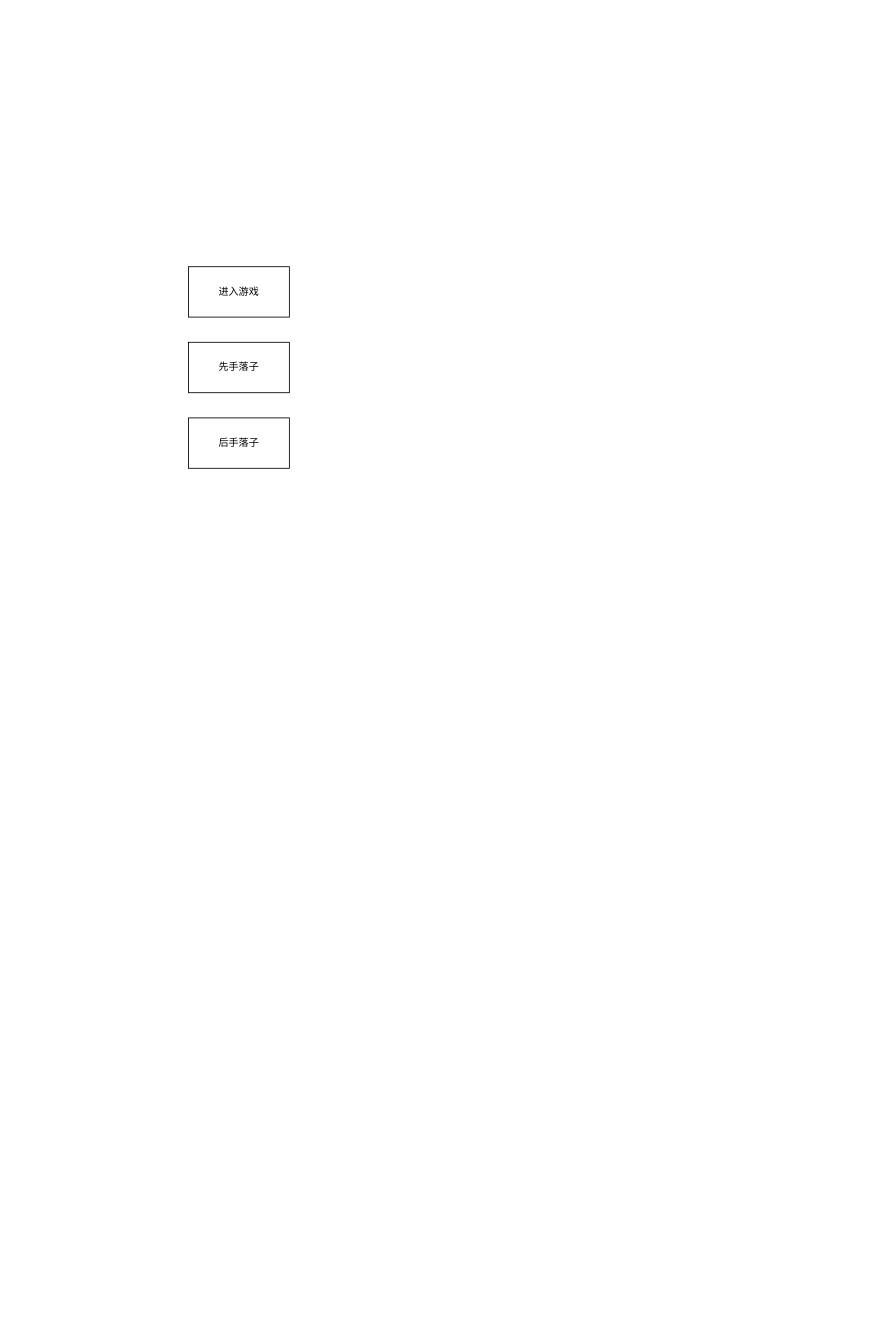
Before: 未命名绘图.drawio in wuyah/HUST-Algorithms-Assignment, a draw.io diagram. Source tidied: cells renumbered, new cells numbered last; positions are measured from the earlier drawing's top-left corner, leaving out a move shared by most shapes. Both pictures are drawn from the tidied source at 84%, with x=0, y=0 at pixel (188, 266).
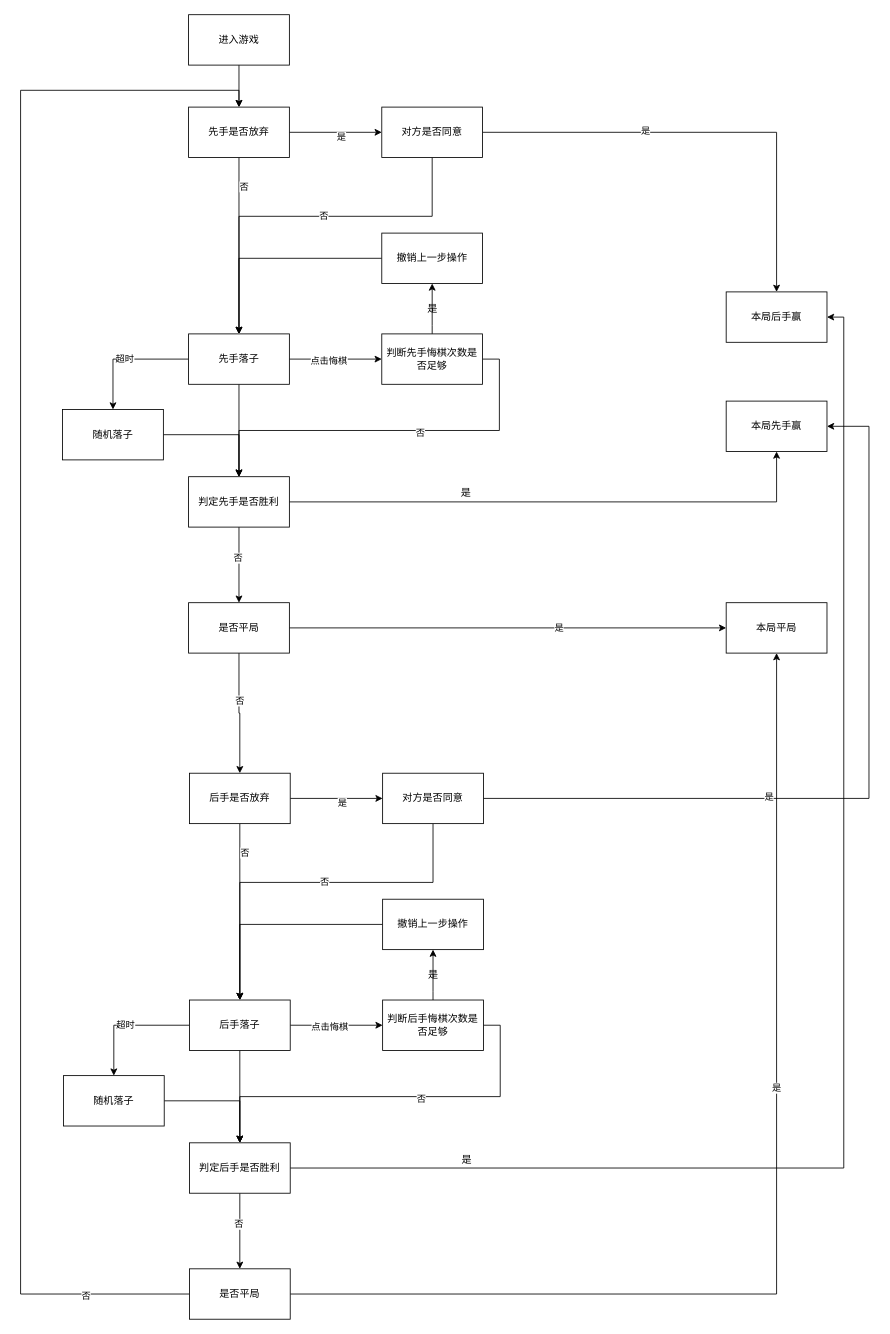
The same page after the edit.

What changed in the source:
```diff
@@
+    <mxCell id="5" style="edgeStyle=orthogonalEdgeStyle;rounded=0;jettySize=auto;html=1;entryX=0.5;entryY=0;entryDx=0;entryDy=0;" parent="1" edge="1" source="2" target="3">
+      <mxGeometry relative="1" as="geometry" />
+    </mxCell>
+    <mxCell id="6" value="否" style="edgeLabel;html=1;align=center;verticalAlign=middle;" parent="5" vertex="1">
+      <mxGeometry x="-0.68" y="5" relative="1" as="geometry" />
+    </mxCell>
+    <mxCell id="7" style="edgeStyle=orthogonalEdgeStyle;rounded=0;jettySize=auto;html=1;entryX=0;entryY=0.5;entryDx=0;entryDy=0;" parent="1" edge="1" source="2" target="33">
+      <mxGeometry relative="1" as="geometry" />
+    </mxCell>
+    <mxCell id="8" value="是" style="edgeLabel;html=1;align=center;verticalAlign=middle;" parent="7" vertex="1">
+      <mxGeometry x="0.1" y="-5" relative="1" as="geometry" />
+    </mxCell>
-    <mxCell id="2" value="进入游戏" style="rounded=0;whiteSpace=wrap;html=1;" parent="1" vertex="1">
-      <mxGeometry width="120" height="60" as="geometry" />
+    <mxCell id="2" value="先手是否放弃" style="rounded=0;whiteSpace=wrap;html=1;" parent="1" vertex="1">
+      <mxGeometry y="-190" width="120" height="60" as="geometry" />
     </mxCell>
+    <mxCell id="9" style="edgeStyle=orthogonalEdgeStyle;rounded=0;jettySize=auto;html=1;entryX=0;entryY=0.5;entryDx=0;entryDy=0;" parent="1" edge="1" source="3" target="21">
+      <mxGeometry relative="1" as="geometry" />
+    </mxCell>
+    <mxCell id="10" value="点击悔棋" style="edgeLabel;html=1;align=center;verticalAlign=middle;" parent="9" vertex="1">
+      <mxGeometry x="-0.17" y="-1" relative="1" as="geometry" />
+    </mxCell>
+    <mxCell id="11" style="edgeStyle=orthogonalEdgeStyle;rounded=0;jettySize=auto;html=1;" parent="1" edge="1" source="3" target="17">
+      <mxGeometry relative="1" as="geometry" />
+    </mxCell>
+    <mxCell id="12" style="edgeStyle=orthogonalEdgeStyle;rounded=0;jettySize=auto;html=1;" parent="1" edge="1" source="3" target="26">
+      <mxGeometry relative="1" as="geometry" />
+    </mxCell>
+    <mxCell id="13" value="超时" style="edgeLabel;html=1;align=center;verticalAlign=middle;" parent="12" vertex="1">
+      <mxGeometry x="0.03" y="-1" relative="1" as="geometry" />
+    </mxCell>
     <mxCell id="3" value="先手落子" style="rounded=0;whiteSpace=wrap;html=1;" parent="1" vertex="1">
-      <mxGeometry y="90" width="120" height="60" as="geometry" />
+      <mxGeometry y="80" width="120" height="60" as="geometry" />
     </mxCell>
+    <mxCell id="14" style="edgeStyle=orthogonalEdgeStyle;rounded=0;jettySize=auto;html=1;entryX=0.5;entryY=1;entryDx=0;entryDy=0;" parent="1" edge="1" source="17" target="35">
+      <mxGeometry relative="1" as="geometry" />
+    </mxCell>
+    <mxCell id="15" style="edgeStyle=orthogonalEdgeStyle;rounded=0;jettySize=auto;html=1;exitX=0.5;exitY=1;exitDx=0;exitDy=0;entryX=0.5;entryY=0;entryDx=0;entryDy=0;" parent="1" edge="1" source="17" target="41">
+      <mxGeometry relative="1" as="geometry">
+        <Array as="points">
+          <mxPoint x="60" y="350" />
+          <mxPoint x="60" y="350" />
+        </Array>
+      </mxGeometry>
+    </mxCell>
+    <mxCell id="16" value="否" style="edgeLabel;html=1;align=center;verticalAlign=middle;" parent="15" vertex="1">
+      <mxGeometry x="-0.2" y="-2" relative="1" as="geometry" />
+    </mxCell>
+    <mxCell id="17" value="判定先手是否胜利" style="rounded=0;whiteSpace=wrap;html=1;" parent="1" vertex="1">
+      <mxGeometry y="250" width="120" height="60" as="geometry" />
+    </mxCell>
+    <mxCell id="18" style="edgeStyle=orthogonalEdgeStyle;rounded=0;jettySize=auto;html=1;entryX=0.5;entryY=1;entryDx=0;entryDy=0;" parent="1" edge="1" source="21" target="23">
+      <mxGeometry relative="1" as="geometry">
+        <Array as="points">
+          <mxPoint x="290" y="70" />
+          <mxPoint x="290" y="70" />
+        </Array>
+      </mxGeometry>
+    </mxCell>
+    <mxCell id="19" style="edgeStyle=orthogonalEdgeStyle;rounded=0;jettySize=auto;html=1;entryX=0.5;entryY=0;entryDx=0;entryDy=0;exitX=1;exitY=0.5;exitDx=0;exitDy=0;" parent="1" edge="1" source="21" target="17">
+      <mxGeometry relative="1" as="geometry" />
+    </mxCell>
+    <mxCell id="20" value="否" style="edgeLabel;html=1;align=center;verticalAlign=middle;" parent="19" vertex="1">
+      <mxGeometry x="-0.15" y="2" relative="1" as="geometry" />
+    </mxCell>
+    <mxCell id="21" value="判断先手悔棋次数是否足够" style="rounded=0;whiteSpace=wrap;html=1;" parent="1" vertex="1">
+      <mxGeometry x="230" y="80" width="120" height="60" as="geometry" />
+    </mxCell>
+    <mxCell id="22" style="edgeStyle=orthogonalEdgeStyle;rounded=0;jettySize=auto;html=1;entryX=0.5;entryY=0;entryDx=0;entryDy=0;" parent="1" edge="1" source="23" target="3">
+      <mxGeometry relative="1" as="geometry" />
+    </mxCell>
+    <mxCell id="23" value="撤销上一步操作" style="rounded=0;whiteSpace=wrap;html=1;" parent="1" vertex="1">
+      <mxGeometry x="230" y="-40" width="120" height="60" as="geometry" />
+    </mxCell>
+    <mxCell id="24" value="是" style="text;html=1;align=center;verticalAlign=middle;strokeColor=none;fillColor=none;" parent="1" vertex="1">
+      <mxGeometry x="270" y="35" width="40" height="30" as="geometry" />
+    </mxCell>
+    <mxCell id="25" style="edgeStyle=orthogonalEdgeStyle;rounded=0;jettySize=auto;html=1;" parent="1" edge="1" source="26" target="17">
+      <mxGeometry relative="1" as="geometry" />
+    </mxCell>
+    <mxCell id="26" value="随机落子" style="rounded=0;whiteSpace=wrap;html=1;" parent="1" vertex="1">
+      <mxGeometry x="-150" y="170" width="120" height="60" as="geometry" />
+    </mxCell>
+    <mxCell id="27" style="edgeStyle=orthogonalEdgeStyle;rounded=0;jettySize=auto;html=1;" parent="1" edge="1" source="28" target="2">
+      <mxGeometry relative="1" as="geometry" />
+    </mxCell>
+    <mxCell id="28" value="进入游戏" style="rounded=0;whiteSpace=wrap;html=1;" parent="1" vertex="1">
+      <mxGeometry y="-300" width="120" height="60" as="geometry" />
+    </mxCell>
+    <mxCell id="29" style="edgeStyle=orthogonalEdgeStyle;rounded=0;jettySize=auto;html=1;entryX=0.5;entryY=0;entryDx=0;entryDy=0;" parent="1" edge="1" source="33" target="3">
+      <mxGeometry relative="1" as="geometry">
+        <Array as="points">
+          <mxPoint x="290" y="-60" />
+          <mxPoint x="60" y="-60" />
+        </Array>
+      </mxGeometry>
+    </mxCell>
+    <mxCell id="30" value="否" style="edgeLabel;html=1;align=center;verticalAlign=middle;" parent="29" vertex="1">
+      <mxGeometry x="-0.09" y="-1" relative="1" as="geometry" />
+    </mxCell>
+    <mxCell id="31" style="edgeStyle=orthogonalEdgeStyle;rounded=0;jettySize=auto;html=1;entryX=0.5;entryY=0;entryDx=0;entryDy=0;" parent="1" edge="1" source="33" target="34">
+      <mxGeometry relative="1" as="geometry" />
+    </mxCell>
+    <mxCell id="32" value="是" style="edgeLabel;html=1;align=center;verticalAlign=middle;" parent="31" vertex="1">
+      <mxGeometry x="-0.29" y="3" relative="1" as="geometry">
+        <mxPoint x="1" as="offset" />
+      </mxGeometry>
+    </mxCell>
+    <mxCell id="33" value="对方是否同意" style="rounded=0;whiteSpace=wrap;html=1;" parent="1" vertex="1">
+      <mxGeometry x="230" y="-190" width="120" height="60" as="geometry" />
+    </mxCell>
+    <mxCell id="34" value="本局后手赢" style="rounded=0;whiteSpace=wrap;html=1;" parent="1" vertex="1">
+      <mxGeometry x="640" y="30" width="120" height="60" as="geometry" />
+    </mxCell>
+    <mxCell id="35" value="本局先手赢" style="rounded=0;whiteSpace=wrap;html=1;" parent="1" vertex="1">
+      <mxGeometry x="640" y="160" width="120" height="60" as="geometry" />
+    </mxCell>
+    <mxCell id="36" value="是" style="text;html=1;align=center;verticalAlign=middle;strokeColor=none;fillColor=none;" parent="1" vertex="1">
+      <mxGeometry x="310" y="255" width="40" height="30" as="geometry" />
+    </mxCell>
+    <mxCell id="37" style="edgeStyle=orthogonalEdgeStyle;rounded=0;jettySize=auto;html=1;entryX=0;entryY=0.5;entryDx=0;entryDy=0;" parent="1" edge="1" source="41" target="42">
+      <mxGeometry relative="1" as="geometry" />
+    </mxCell>
+    <mxCell id="38" value="是" style="edgeLabel;html=1;align=center;verticalAlign=middle;" parent="37" vertex="1">
+      <mxGeometry x="0.23" y="1" relative="1" as="geometry" />
+    </mxCell>
+    <mxCell id="39" style="edgeStyle=orthogonalEdgeStyle;rounded=0;jettySize=auto;html=1;entryX=0.5;entryY=0;entryDx=0;entryDy=0;" parent="1" edge="1" source="41" target="47">
+      <mxGeometry relative="1" as="geometry" />
+    </mxCell>
+    <mxCell id="40" value="否" style="edgeLabel;html=1;align=center;verticalAlign=middle;" parent="39" vertex="1">
+      <mxGeometry x="-0.22" relative="1" as="geometry" />
+    </mxCell>
+    <mxCell id="41" value="是否平局" style="rounded=0;whiteSpace=wrap;html=1;" parent="1" vertex="1">
+      <mxGeometry y="400" width="120" height="60" as="geometry" />
+    </mxCell>
+    <mxCell id="42" value="本局平局" style="rounded=0;whiteSpace=wrap;html=1;" parent="1" vertex="1">
+      <mxGeometry x="640" y="400" width="120" height="60" as="geometry" />
+    </mxCell>
+    <mxCell id="43" style="edgeStyle=orthogonalEdgeStyle;rounded=0;jettySize=auto;html=1;entryX=0.5;entryY=0;entryDx=0;entryDy=0;" parent="1" edge="1" source="47" target="4">
+      <mxGeometry relative="1" as="geometry" />
+    </mxCell>
+    <mxCell id="44" value="否" style="edgeLabel;html=1;align=center;verticalAlign=middle;" parent="43" vertex="1">
+      <mxGeometry x="-0.68" y="5" relative="1" as="geometry" />
+    </mxCell>
+    <mxCell id="45" style="edgeStyle=orthogonalEdgeStyle;rounded=0;jettySize=auto;html=1;entryX=0;entryY=0.5;entryDx=0;entryDy=0;" parent="1" edge="1" source="47" target="70">
+      <mxGeometry relative="1" as="geometry" />
+    </mxCell>
+    <mxCell id="46" value="是" style="edgeLabel;html=1;align=center;verticalAlign=middle;" parent="45" vertex="1">
+      <mxGeometry x="0.1" y="-5" relative="1" as="geometry" />
+    </mxCell>
+    <mxCell id="47" value="后手是否放弃" style="rounded=0;whiteSpace=wrap;html=1;" parent="1" vertex="1">
+      <mxGeometry x="1" y="603" width="120" height="60" as="geometry" />
+    </mxCell>
+    <mxCell id="48" style="edgeStyle=orthogonalEdgeStyle;rounded=0;jettySize=auto;html=1;entryX=0;entryY=0.5;entryDx=0;entryDy=0;" parent="1" edge="1" source="4" target="60">
+      <mxGeometry relative="1" as="geometry" />
+    </mxCell>
+    <mxCell id="49" value="点击悔棋" style="edgeLabel;html=1;align=center;verticalAlign=middle;" parent="48" vertex="1">
+      <mxGeometry x="-0.17" y="-1" relative="1" as="geometry" />
+    </mxCell>
+    <mxCell id="50" style="edgeStyle=orthogonalEdgeStyle;rounded=0;jettySize=auto;html=1;" parent="1" edge="1" source="4" target="56">
+      <mxGeometry relative="1" as="geometry" />
+    </mxCell>
+    <mxCell id="51" style="edgeStyle=orthogonalEdgeStyle;rounded=0;jettySize=auto;html=1;" parent="1" edge="1" source="4" target="65">
+      <mxGeometry relative="1" as="geometry" />
+    </mxCell>
+    <mxCell id="52" value="超时" style="edgeLabel;html=1;align=center;verticalAlign=middle;" parent="51" vertex="1">
+      <mxGeometry x="0.03" y="-1" relative="1" as="geometry" />
+    </mxCell>
     <mxCell id="4" value="后手落子" style="rounded=0;whiteSpace=wrap;html=1;" parent="1" vertex="1">
-      <mxGeometry y="180" width="120" height="60" as="geometry" />
+      <mxGeometry x="1" y="873" width="120" height="60" as="geometry" />
     </mxCell>
+    <mxCell id="53" style="edgeStyle=orthogonalEdgeStyle;rounded=0;jettySize=auto;html=1;entryX=1;entryY=0.5;entryDx=0;entryDy=0;" parent="1" edge="1" source="56" target="34">
+      <mxGeometry relative="1" as="geometry" />
+    </mxCell>
+    <mxCell id="54" style="edgeStyle=orthogonalEdgeStyle;rounded=0;jettySize=auto;html=1;exitX=0.5;exitY=1;exitDx=0;exitDy=0;entryX=0.5;entryY=0;entryDx=0;entryDy=0;" parent="1" edge="1" source="56" target="76">
+      <mxGeometry relative="1" as="geometry">
+        <Array as="points">
+          <mxPoint x="61" y="1143" />
+          <mxPoint x="61" y="1143" />
+        </Array>
+      </mxGeometry>
+    </mxCell>
+    <mxCell id="55" value="否" style="edgeLabel;html=1;align=center;verticalAlign=middle;" parent="54" vertex="1">
+      <mxGeometry x="-0.2" y="-2" relative="1" as="geometry" />
+    </mxCell>
+    <mxCell id="56" value="判定后手是否胜利" style="rounded=0;whiteSpace=wrap;html=1;" parent="1" vertex="1">
+      <mxGeometry x="1" y="1043" width="120" height="60" as="geometry" />
+    </mxCell>
+    <mxCell id="57" style="edgeStyle=orthogonalEdgeStyle;rounded=0;jettySize=auto;html=1;entryX=0.5;entryY=1;entryDx=0;entryDy=0;" parent="1" edge="1" source="60" target="62">
+      <mxGeometry relative="1" as="geometry">
+        <Array as="points">
+          <mxPoint x="291" y="863" />
+          <mxPoint x="291" y="863" />
+        </Array>
+      </mxGeometry>
+    </mxCell>
+    <mxCell id="58" style="edgeStyle=orthogonalEdgeStyle;rounded=0;jettySize=auto;html=1;entryX=0.5;entryY=0;entryDx=0;entryDy=0;exitX=1;exitY=0.5;exitDx=0;exitDy=0;" parent="1" edge="1" source="60" target="56">
+      <mxGeometry relative="1" as="geometry" />
+    </mxCell>
+    <mxCell id="59" value="否" style="edgeLabel;html=1;align=center;verticalAlign=middle;" parent="58" vertex="1">
+      <mxGeometry x="-0.15" y="2" relative="1" as="geometry" />
+    </mxCell>
+    <mxCell id="60" value="判断后手悔棋次数是否足够" style="rounded=0;whiteSpace=wrap;html=1;" parent="1" vertex="1">
+      <mxGeometry x="231" y="873" width="120" height="60" as="geometry" />
+    </mxCell>
+    <mxCell id="61" style="edgeStyle=orthogonalEdgeStyle;rounded=0;jettySize=auto;html=1;entryX=0.5;entryY=0;entryDx=0;entryDy=0;" parent="1" edge="1" source="62" target="4">
+      <mxGeometry relative="1" as="geometry" />
+    </mxCell>
+    <mxCell id="62" value="撤销上一步操作" style="rounded=0;whiteSpace=wrap;html=1;" parent="1" vertex="1">
+      <mxGeometry x="231" y="753" width="120" height="60" as="geometry" />
+    </mxCell>
+    <mxCell id="63" value="是" style="text;html=1;align=center;verticalAlign=middle;strokeColor=none;fillColor=none;" parent="1" vertex="1">
+      <mxGeometry x="271" y="828" width="40" height="30" as="geometry" />
+    </mxCell>
+    <mxCell id="64" style="edgeStyle=orthogonalEdgeStyle;rounded=0;jettySize=auto;html=1;" parent="1" edge="1" source="65" target="56">
+      <mxGeometry relative="1" as="geometry" />
+    </mxCell>
+    <mxCell id="65" value="随机落子" style="rounded=0;whiteSpace=wrap;html=1;" parent="1" vertex="1">
+      <mxGeometry x="-149" y="963" width="120" height="60" as="geometry" />
+    </mxCell>
+    <mxCell id="66" style="edgeStyle=orthogonalEdgeStyle;rounded=0;jettySize=auto;html=1;entryX=0.5;entryY=0;entryDx=0;entryDy=0;" parent="1" edge="1" source="70" target="4">
+      <mxGeometry relative="1" as="geometry">
+        <Array as="points">
+          <mxPoint x="291" y="733" />
+          <mxPoint x="61" y="733" />
+        </Array>
+      </mxGeometry>
+    </mxCell>
+    <mxCell id="67" value="否" style="edgeLabel;html=1;align=center;verticalAlign=middle;" parent="66" vertex="1">
+      <mxGeometry x="-0.09" y="-1" relative="1" as="geometry" />
+    </mxCell>
+    <mxCell id="68" style="edgeStyle=orthogonalEdgeStyle;rounded=0;jettySize=auto;html=1;" parent="1" edge="1" source="70">
+      <mxGeometry relative="1" as="geometry">
+        <mxPoint x="760" y="190" as="targetPoint" />
+        <Array as="points">
+          <mxPoint x="810" y="633" />
+          <mxPoint x="810" y="190" />
+        </Array>
+      </mxGeometry>
+    </mxCell>
+    <mxCell id="69" value="是" style="edgeLabel;html=1;align=center;verticalAlign=middle;" parent="68" vertex="1">
+      <mxGeometry x="-0.29" y="3" relative="1" as="geometry">
+        <mxPoint x="1" as="offset" />
+      </mxGeometry>
+    </mxCell>
+    <mxCell id="70" value="对方是否同意" style="rounded=0;whiteSpace=wrap;html=1;" parent="1" vertex="1">
+      <mxGeometry x="231" y="603" width="120" height="60" as="geometry" />
+    </mxCell>
+    <mxCell id="71" value="是" style="text;html=1;align=center;verticalAlign=middle;strokeColor=none;fillColor=none;" parent="1" vertex="1">
+      <mxGeometry x="311" y="1048" width="40" height="30" as="geometry" />
+    </mxCell>
+    <mxCell id="72" style="edgeStyle=orthogonalEdgeStyle;rounded=0;jettySize=auto;html=1;entryX=0.5;entryY=1;entryDx=0;entryDy=0;" parent="1" edge="1" source="76" target="42">
+      <mxGeometry relative="1" as="geometry" />
+    </mxCell>
+    <mxCell id="73" value="是" style="edgeLabel;html=1;align=center;verticalAlign=middle;" parent="72" vertex="1">
+      <mxGeometry x="0.23" y="1" relative="1" as="geometry" />
+    </mxCell>
+    <mxCell id="74" style="edgeStyle=orthogonalEdgeStyle;rounded=0;jettySize=auto;html=1;entryX=0.5;entryY=0;entryDx=0;entryDy=0;" parent="1" edge="1" source="76" target="2">
+      <mxGeometry relative="1" as="geometry">
+        <Array as="points">
+          <mxPoint x="-200" y="1223" />
+          <mxPoint x="-200" y="-210" />
+          <mxPoint x="60" y="-210" />
+        </Array>
+      </mxGeometry>
+    </mxCell>
+    <mxCell id="75" value="否" style="edgeLabel;html=1;align=center;verticalAlign=middle;" parent="74" vertex="1">
+      <mxGeometry x="-0.87" y="1" relative="1" as="geometry" />
+    </mxCell>
+    <mxCell id="76" value="是否平局" style="rounded=0;whiteSpace=wrap;html=1;" parent="1" vertex="1">
+      <mxGeometry x="1" y="1193" width="120" height="60" as="geometry" />
+    </mxCell>
```
